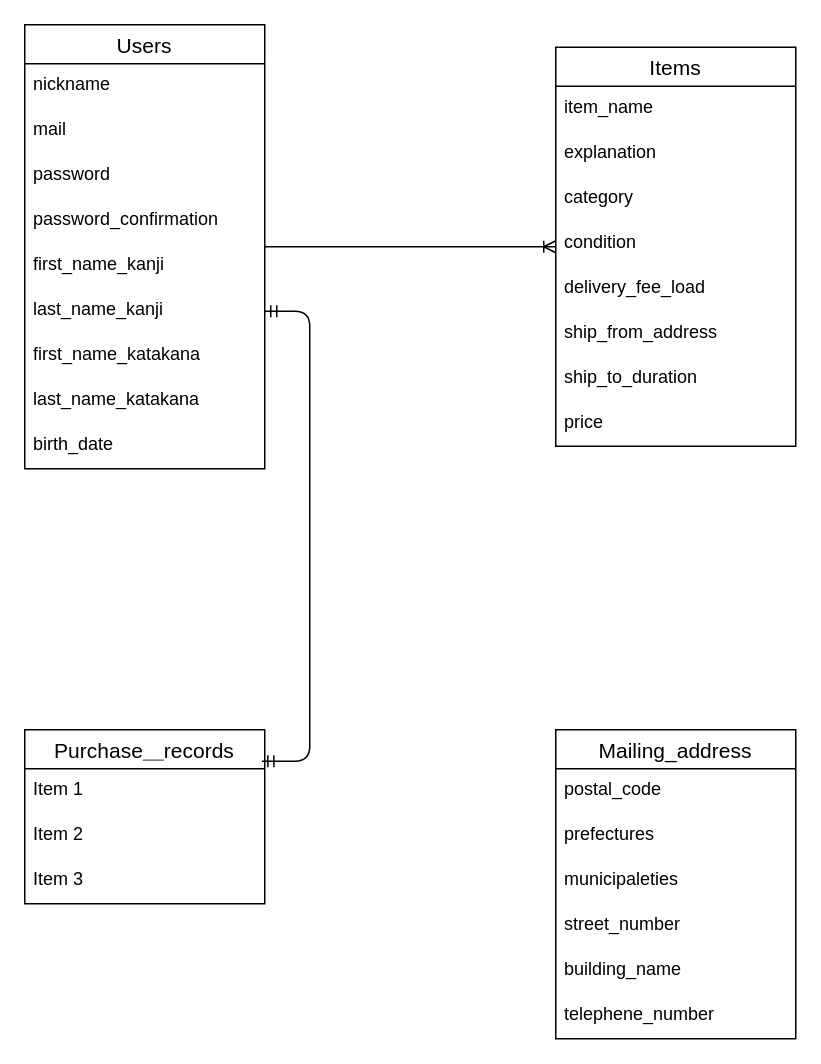
This is er_illustration.dio from Lubellum/furima-36670, a draw.io file, before an edit. Source tidied: cells renumbered, new cells numbered last; positions are measured from the earlier drawing's top-left corner, leaving out a move shared by most shapes. Both pictures are drawn from the tidied source at 150%, with x=0, y=0 at pixel (24, 24).
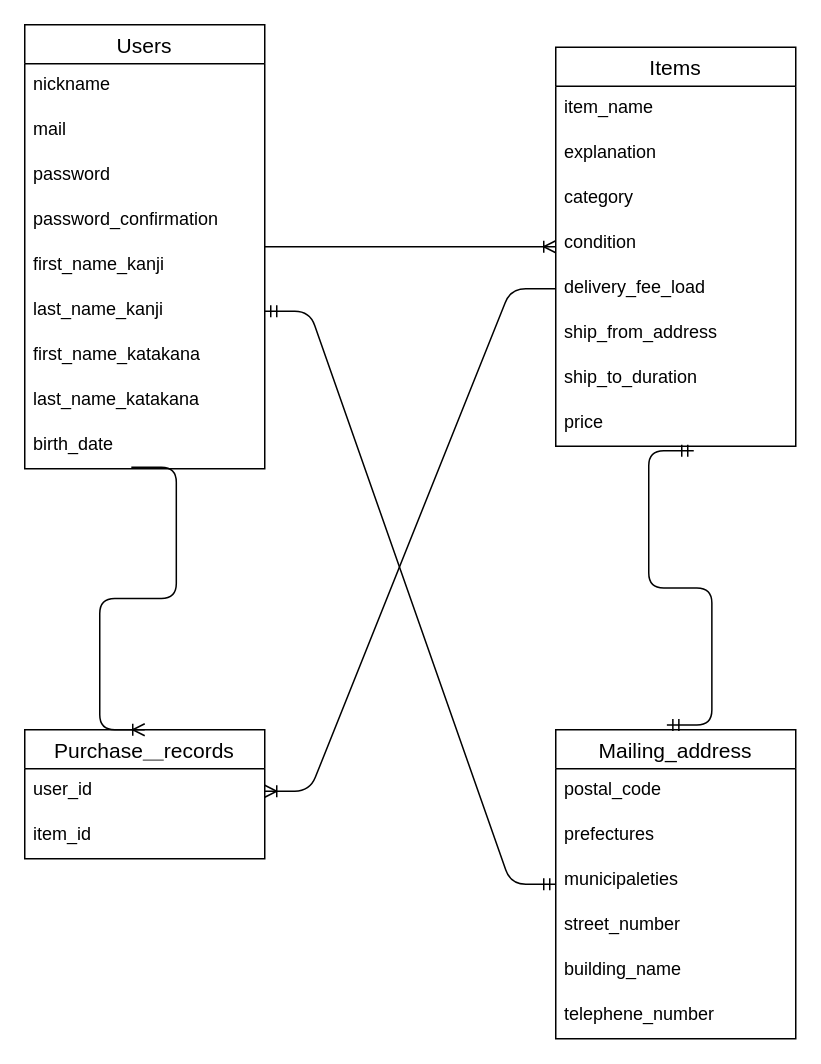
The same page after the edit.

Unchanged cells that the change refers to:
```xml
<mxCell id="8" value="last_name_kanji" style="text;strokeColor=none;fillColor=none;spacingLeft=4;spacingRight=4;overflow=hidden;points=[[0,0.5],[1,0.5]];portConstraint=eastwest;fontSize=12;verticalAlign=top;align=left;fontStyle=0;" parent="2" vertex="1">
  <mxGeometry y="176" width="160" height="30" as="geometry" />
</mxCell>
<mxCell id="11" value="birth_date" style="text;strokeColor=none;fillColor=none;spacingLeft=4;spacingRight=4;overflow=hidden;points=[[0,0.5],[1,0.5]];portConstraint=eastwest;fontSize=12;verticalAlign=top;align=left;fontStyle=0;" parent="2" vertex="1">
  <mxGeometry y="266" width="160" height="30" as="geometry" />
</mxCell>
<mxCell id="17" value="delivery_fee_load" style="text;strokeColor=none;fillColor=none;spacingLeft=4;spacingRight=4;overflow=hidden;points=[[0,0.5],[1,0.5]];portConstraint=eastwest;fontSize=12;" parent="12" vertex="1">
  <mxGeometry y="146" width="160" height="30" as="geometry" />
</mxCell>
<mxCell id="20" value="price" style="text;strokeColor=none;fillColor=none;spacingLeft=4;spacingRight=4;overflow=hidden;points=[[0,0.5],[1,0.5]];portConstraint=eastwest;fontSize=12;" parent="12" vertex="1">
  <mxGeometry y="236" width="160" height="30" as="geometry" />
</mxCell>
<mxCell id="22" value="Mailing_address" style="swimlane;fontStyle=0;horizontal=1;startSize=26;align=center;fontSize=14;" parent="1" vertex="1">
  <mxGeometry x="354" y="470" width="160" height="206" as="geometry" />
</mxCell>
```

Change to the diagram source:
```diff
@@
     <mxCell id="29" value="Purchase＿records" style="swimlane;fontStyle=0;horizontal=1;startSize=26;align=center;fontSize=14;" parent="1" vertex="1">
-      <mxGeometry y="470" width="160" height="116" as="geometry" />
+      <mxGeometry y="470" width="160" height="86" as="geometry" />
     </mxCell>
-    <mxCell id="30" value="Item 1" style="text;strokeColor=none;fillColor=none;spacingLeft=4;spacingRight=4;overflow=hidden;points=[[0,0.5],[1,0.5]];portConstraint=eastwest;fontSize=12;" parent="29" vertex="1">
+    <mxCell id="30" value="user_id" style="text;strokeColor=none;fillColor=none;spacingLeft=4;spacingRight=4;overflow=hidden;points=[[0,0.5],[1,0.5]];portConstraint=eastwest;fontSize=12;" parent="29" vertex="1">
       <mxGeometry y="26" width="160" height="30" as="geometry" />
     </mxCell>
-    <mxCell id="31" value="Item 2" style="text;strokeColor=none;fillColor=none;spacingLeft=4;spacingRight=4;overflow=hidden;fontSize=12;" parent="29" vertex="1">
+    <mxCell id="31" value="item_id" style="text;strokeColor=none;fillColor=none;spacingLeft=4;spacingRight=4;overflow=hidden;fontSize=12;" parent="29" vertex="1">
       <mxGeometry y="56" width="160" height="30" as="geometry" />
     </mxCell>
-    <mxCell id="32" value="Item 3" style="text;strokeColor=none;fillColor=none;spacingLeft=4;spacingRight=4;overflow=hidden;fontSize=12;" parent="29" vertex="1">
-      <mxGeometry y="86" width="160" height="30" as="geometry" />
-    </mxCell>
-    <mxCell id="33" style="edgeStyle=entityRelationEdgeStyle;fontSize=12;html=1;endArrow=ERmandOne;startArrow=ERmandOne;exitX=0.988;exitY=-0.167;exitDx=0;exitDy=0;exitPerimeter=0;" parent="1" edge="1" source="30" target="8">
-      <mxGeometry relative="1" as="geometry" />
-    </mxCell>
+    <mxCell id="34" style="edgeStyle=entityRelationEdgeStyle;fontSize=12;html=1;endArrow=ERoneToMany;exitX=0.444;exitY=0.967;exitDx=0;exitDy=0;exitPerimeter=0;entryX=0.5;entryY=0;entryDx=0;entryDy=0;" parent="1" edge="1" source="11" target="29">
+      <mxGeometry relative="1" as="geometry" />
+    </mxCell>
+    <mxCell id="35" style="edgeStyle=entityRelationEdgeStyle;fontSize=12;html=1;endArrow=ERoneToMany;" parent="1" edge="1" source="17" target="30">
+      <mxGeometry relative="1" as="geometry" />
+    </mxCell>
+    <mxCell id="36" style="edgeStyle=entityRelationEdgeStyle;fontSize=12;html=1;endArrow=ERmandOne;startArrow=ERmandOne;entryX=0.575;entryY=1.1;entryDx=0;entryDy=0;entryPerimeter=0;exitX=0.463;exitY=-0.015;exitDx=0;exitDy=0;exitPerimeter=0;" parent="1" edge="1" source="22" target="20">
+      <mxGeometry relative="1" as="geometry" />
+    </mxCell>
+    <mxCell id="37" style="edgeStyle=entityRelationEdgeStyle;fontSize=12;html=1;endArrow=ERmandOne;startArrow=ERmandOne;exitX=1;exitY=0.5;exitDx=0;exitDy=0;" parent="1" edge="1" source="8" target="22">
+      <mxGeometry relative="1" as="geometry" />
+    </mxCell>
```
